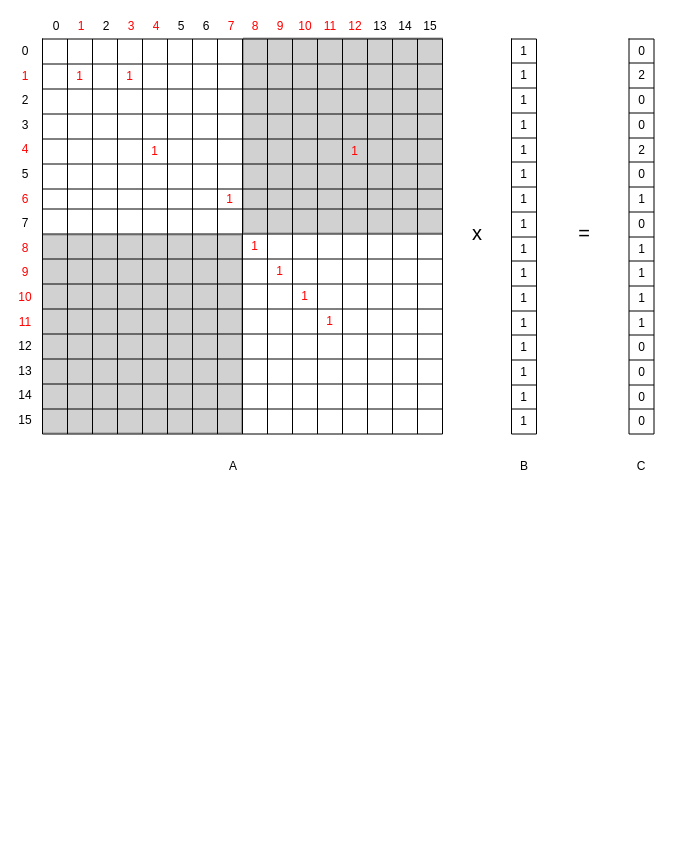
Before: sparse_matrix.drawio in gaohongy/drawio, a draw.io diagram. Source tidied: cells renumbered, new cells numbered last; positions are measured from the earlier drawing's top-left corner, leaving out a move shared by most shapes. Both pictures are drawn from the tidied source at 100%, with x=0, y=0 at pixel (17, 17).
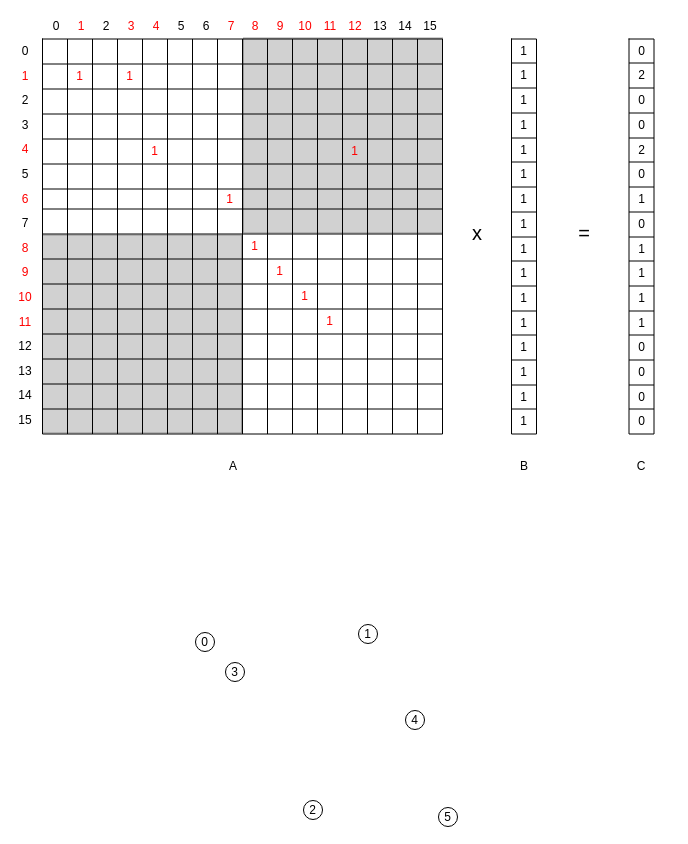
The same diagram, later.

The edit, as a diff of the source:
```diff
@@
+    <mxCell id="380" value="0" style="ellipse;whiteSpace=wrap;html=1;" parent="1" vertex="1">
+      <mxGeometry x="178" y="615" width="19" height="19" as="geometry" />
+    </mxCell>
+    <mxCell id="381" value="1" style="ellipse;whiteSpace=wrap;html=1;" parent="1" vertex="1">
+      <mxGeometry x="341" y="607" width="19" height="19" as="geometry" />
+    </mxCell>
+    <mxCell id="382" value="2" style="ellipse;whiteSpace=wrap;html=1;" parent="1" vertex="1">
+      <mxGeometry x="286" y="783" width="19" height="19" as="geometry" />
+    </mxCell>
+    <mxCell id="383" value="3" style="ellipse;whiteSpace=wrap;html=1;" parent="1" vertex="1">
+      <mxGeometry x="208" y="645" width="19" height="19" as="geometry" />
+    </mxCell>
+    <mxCell id="384" value="4" style="ellipse;whiteSpace=wrap;html=1;" parent="1" vertex="1">
+      <mxGeometry x="388" y="693" width="19" height="19" as="geometry" />
+    </mxCell>
+    <mxCell id="385" value="5" style="ellipse;whiteSpace=wrap;html=1;" parent="1" vertex="1">
+      <mxGeometry x="421" y="790" width="19" height="19" as="geometry" />
+    </mxCell>
```
